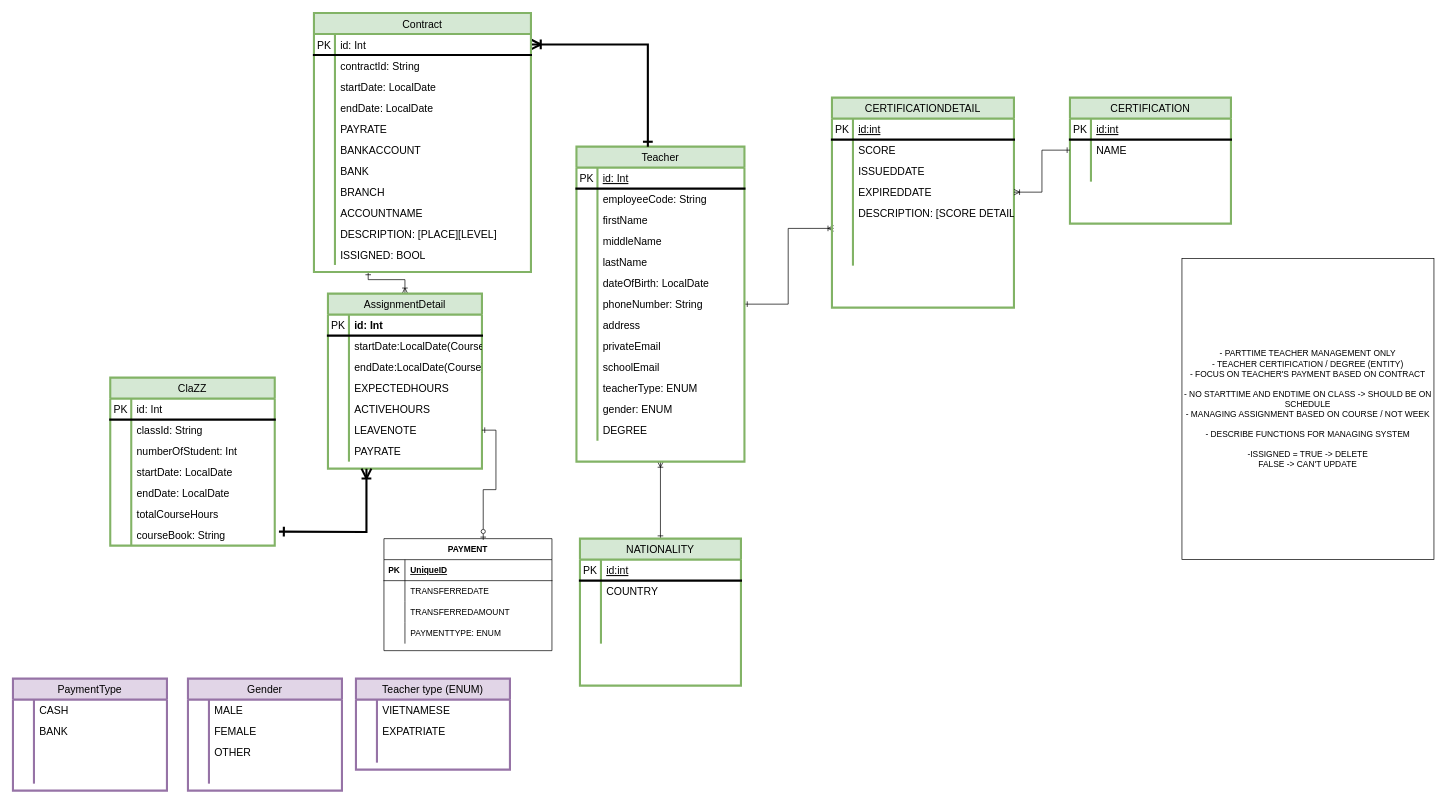
AmberNguyn/PersonalProject_TeacherManagement keeps this draw.io diagram as Teacher_Management_System - Type.drawio. Above is the earlier version. Source tidied: cells renumbered, new cells numbered last; positions are measured from the earlier drawing's top-left corner, leaving out a move shared by most shapes. Both pictures are drawn from the tidied source at 70%, with x=0, y=0 at pixel (13, 13).
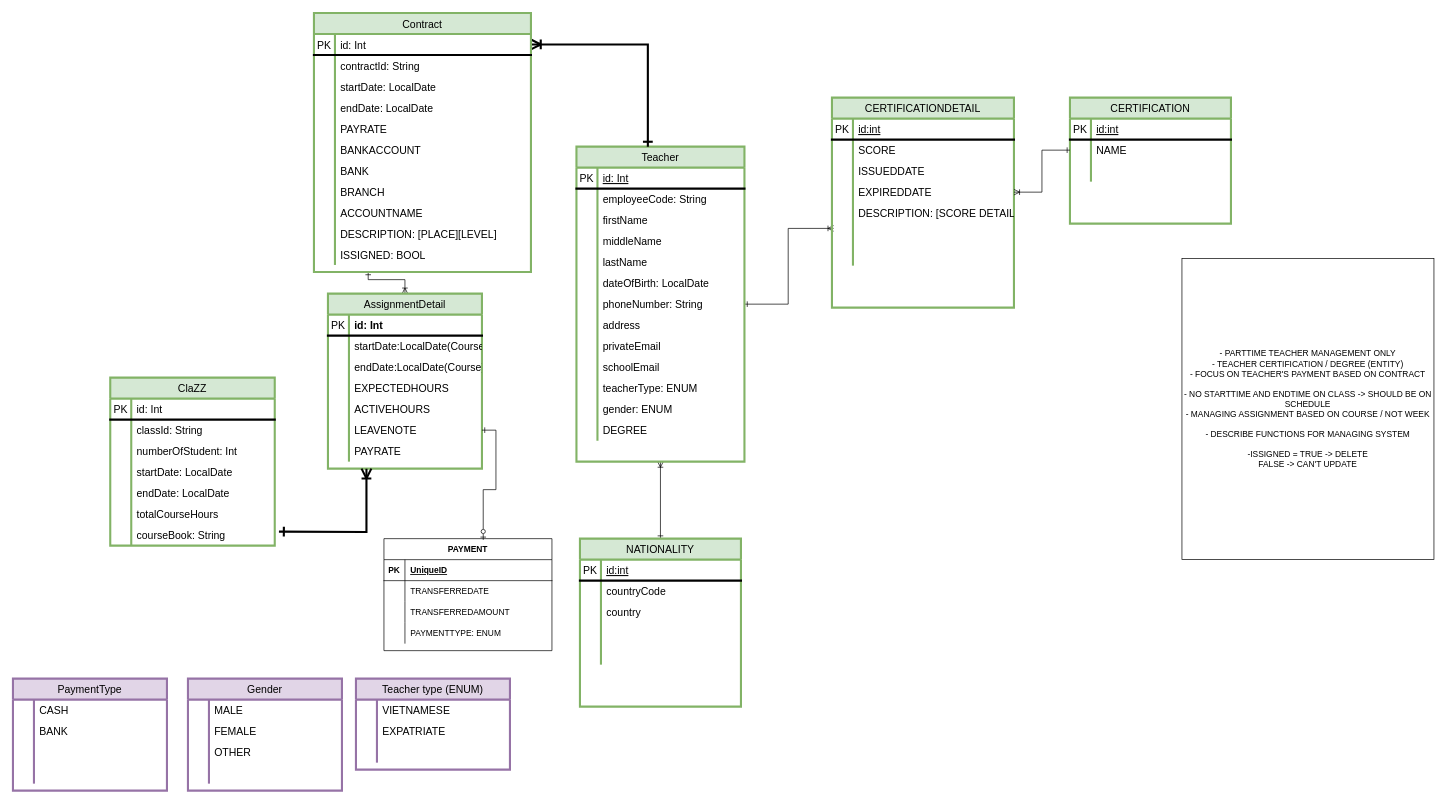
The same diagram, later.

The change refers to these unchanged cells:
```xml
<mxCell id="180" style="shape=tableRow;horizontal=0;startSize=0;swimlaneHead=0;swimlaneBody=0;fillColor=none;top=0;left=0;right=0;bottom=0;labelBackgroundColor=none;fontSize=15;strokeWidth=3;fontStyle=0;" parent="176" vertex="1">
  <mxGeometry y="60" width="230" height="30" as="geometry" />
</mxCell>
```

What changed in the source:
```diff
@@
     <mxCell id="176" value="NATIONALITY" style="shape=table;startSize=30;childLayout=tableLayout;rowLines=0;fontStyle=0;align=center;labelBackgroundColor=none;fontSize=15;strokeWidth=3;fillColor=#d5e8d4;strokeColor=#82b366;" parent="1" vertex="1">
-      <mxGeometry x="810" y="751" width="230" height="210" as="geometry" />
+      <mxGeometry x="810" y="751" width="230" height="240" as="geometry" />
     </mxCell>
@@
-    <mxCell id="182" value="COUNTRY" style="shape=partialRectangle;fillColor=none;top=0;left=0;bottom=0;right=0;align=left;spacingLeft=6;overflow=hidden;labelBackgroundColor=none;fontSize=15;strokeWidth=3;fontStyle=0;" parent="180" vertex="1">
+    <mxCell id="182" value="countryCode" style="shape=partialRectangle;fillColor=none;top=0;left=0;bottom=0;right=0;align=left;spacingLeft=6;overflow=hidden;labelBackgroundColor=none;fontSize=15;strokeWidth=3;fontStyle=0;" parent="180" vertex="1">
       <mxGeometry x="30" width="200" height="30" as="geometry" />
     </mxCell>
+    <mxCell id="222" style="shape=tableRow;horizontal=0;startSize=0;swimlaneHead=0;swimlaneBody=0;fillColor=none;top=0;left=0;right=0;bottom=0;labelBackgroundColor=none;fontSize=15;strokeWidth=3;fontStyle=0;" parent="176" vertex="1">
+      <mxGeometry y="90" width="230" height="30" as="geometry" />
+    </mxCell>
+    <mxCell id="223" style="shape=partialRectangle;fillColor=none;top=0;left=0;bottom=0;right=0;overflow=hidden;labelBackgroundColor=none;fontSize=15;strokeWidth=3;fontStyle=0;" parent="222" vertex="1">
+      <mxGeometry width="30" height="30" as="geometry" />
+    </mxCell>
+    <mxCell id="224" value="country" style="shape=partialRectangle;fillColor=none;top=0;left=0;bottom=0;right=0;align=left;spacingLeft=6;overflow=hidden;labelBackgroundColor=none;fontSize=15;strokeWidth=3;fontStyle=0;" parent="222" vertex="1">
+      <mxGeometry x="30" width="200" height="30" as="geometry" />
+    </mxCell>
     <mxCell id="183" style="shape=tableRow;horizontal=0;startSize=0;swimlaneHead=0;swimlaneBody=0;fillColor=none;top=0;left=0;right=0;bottom=0;labelBackgroundColor=none;fontSize=15;strokeWidth=3;fontStyle=0;" parent="176" vertex="1">
-      <mxGeometry y="90" width="230" height="30" as="geometry" />
+      <mxGeometry y="120" width="230" height="30" as="geometry" />
     </mxCell>
@@
     <mxCell id="186" style="shape=tableRow;horizontal=0;startSize=0;swimlaneHead=0;swimlaneBody=0;fillColor=none;top=0;left=0;right=0;bottom=0;labelBackgroundColor=none;fontSize=15;strokeWidth=3;fontStyle=0;" parent="176" vertex="1">
-      <mxGeometry y="120" width="230" height="30" as="geometry" />
+      <mxGeometry y="150" width="230" height="30" as="geometry" />
     </mxCell>
```
